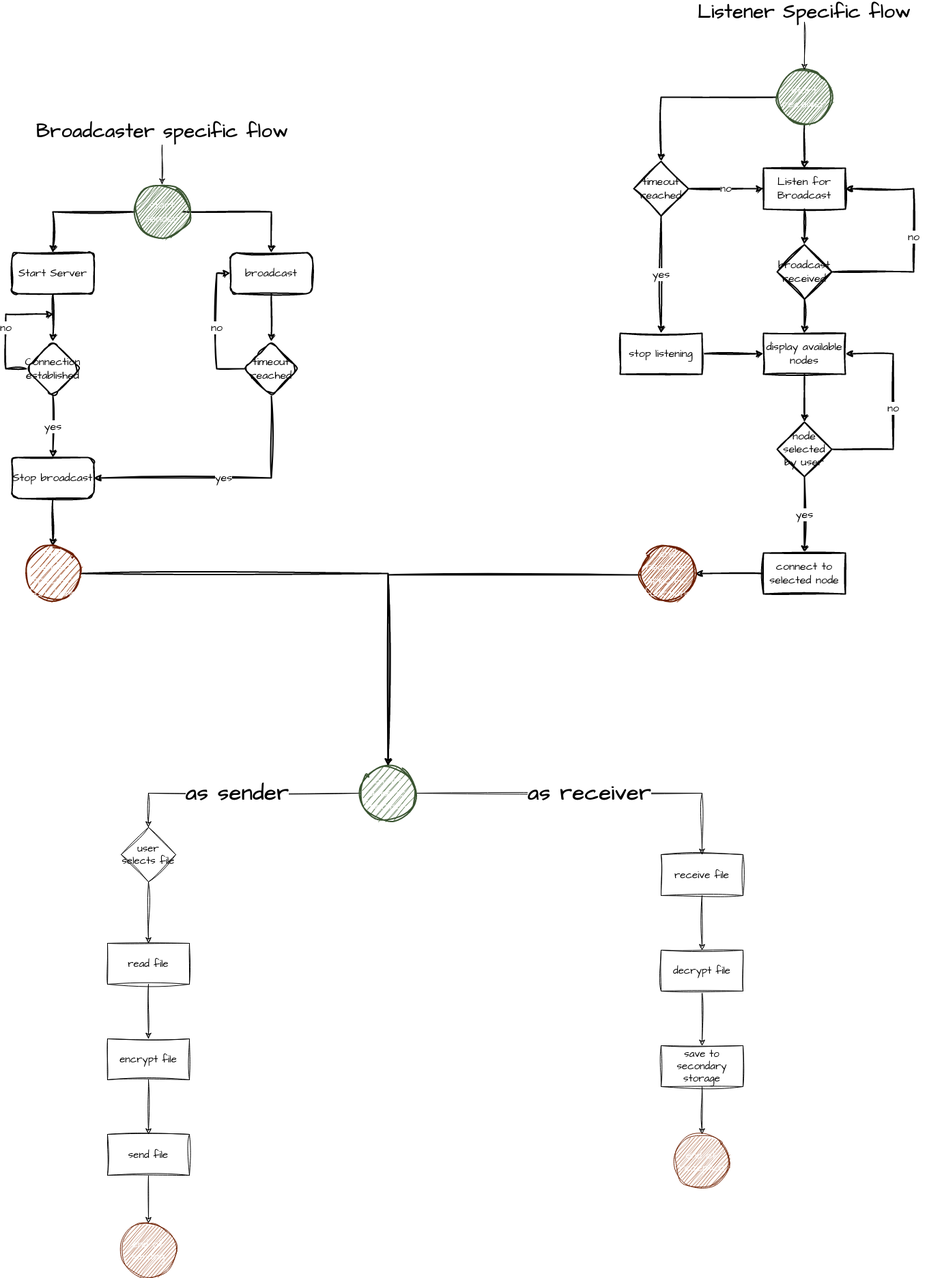
This is application flow.drawio.png from 321swift/swift, a draw.io export, as it was before one commit. Source tidied: cells renumbered, new cells last; positions are measured from the earlier drawing's top-left corner, leaving out a move shared by most shapes.
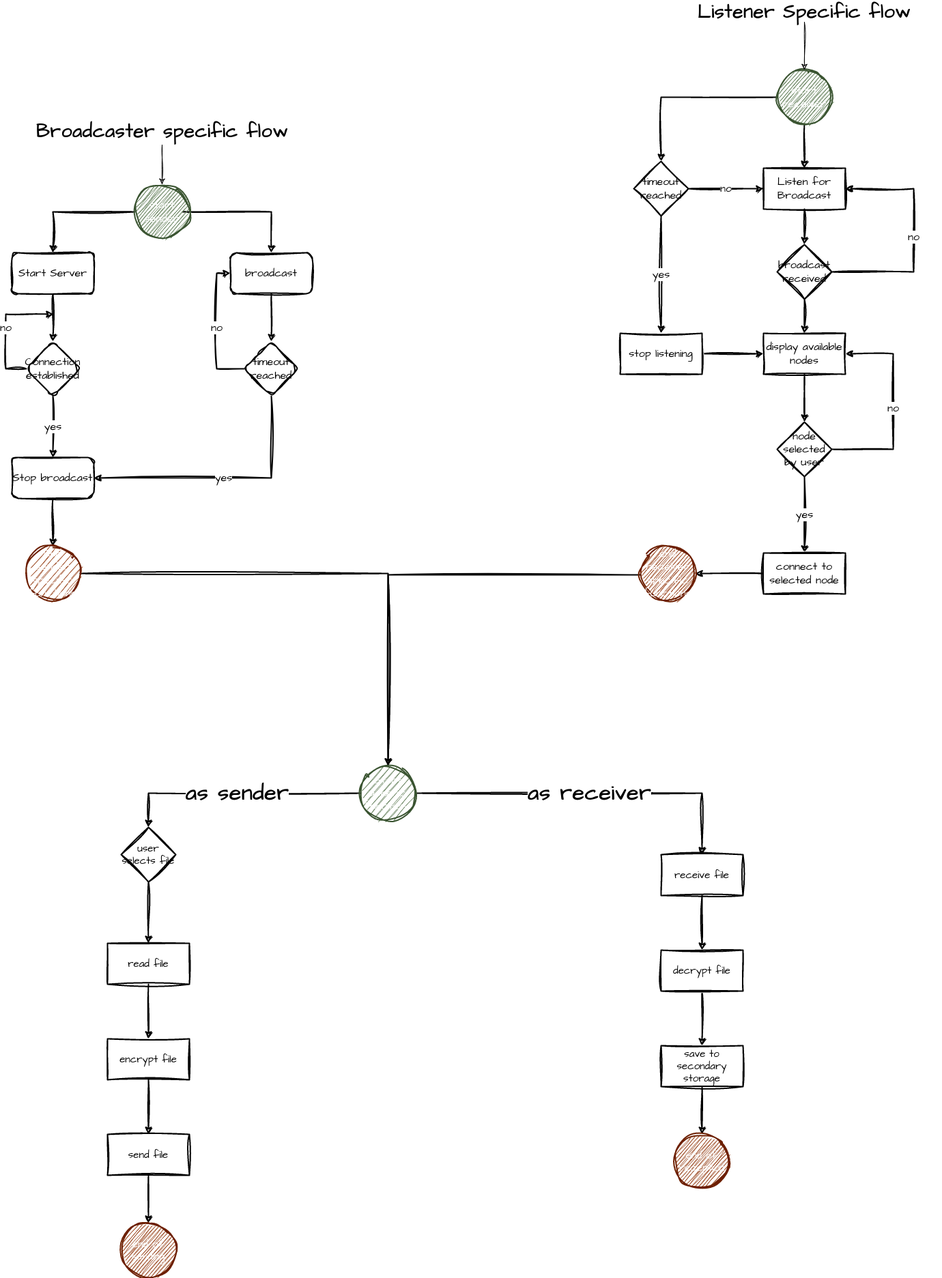
Later version of the same file.

What changed in the source:
```diff
@@ -71,10 +71,10 @@
     <mxCell id="17" value="End sender specific functions" style="ellipse;whiteSpace=wrap;html=1;fillColor=#a0522d;fontColor=#ffffff;strokeColor=#6D1F00;strokeWidth=2;fontFamily=Architects Daughter;sketch=1;curveFitting=1;jiggle=2;shadow=0;fontSize=16;fontSource=https%3A%2F%2Ffonts.googleapis.com%2Fcss%3Ffamily%3DArchitects%2BDaughter;" parent="1" vertex="1">
       <mxGeometry x="29" y="798" width="80" height="80" as="geometry" />
     </mxCell>
-    <mxCell id="18" value="as sender" style="edgeStyle=orthogonalEdgeStyle;rounded=0;sketch=1;hachureGap=4;jiggle=2;curveFitting=1;jettySize=auto;html=1;fontFamily=Architects Daughter;fontSource=https%3A%2F%2Ffonts.googleapis.com%2Fcss%3Ffamily%3DArchitects%2BDaughter;fontSize=32;entryX=0.5;entryY=0;entryDx=0;entryDy=0;fontStyle=1;" parent="1" edge="1" source="20" target="49">
+    <mxCell id="18" value="as sender" style="edgeStyle=orthogonalEdgeStyle;rounded=0;sketch=1;hachureGap=4;jiggle=2;curveFitting=1;jettySize=auto;html=1;fontFamily=Architects Daughter;fontSource=https%3A%2F%2Ffonts.googleapis.com%2Fcss%3Ffamily%3DArchitects%2BDaughter;fontSize=32;entryX=0.5;entryY=0;entryDx=0;entryDy=0;fontStyle=1;strokeWidth=2;" parent="1" edge="1" source="20" target="49">
       <mxGeometry relative="1" as="geometry" />
     </mxCell>
-    <mxCell id="19" value="&lt;font style=&quot;font-size: 32px;&quot;&gt;&lt;b&gt;as receiver&lt;/b&gt;&lt;br&gt;&lt;/font&gt;" style="edgeStyle=orthogonalEdgeStyle;rounded=0;sketch=1;hachureGap=4;jiggle=2;curveFitting=1;jettySize=auto;html=1;fontFamily=Architects Daughter;fontSource=https%3A%2F%2Ffonts.googleapis.com%2Fcss%3Ffamily%3DArchitects%2BDaughter;fontSize=16;entryX=0.5;entryY=0;entryDx=0;entryDy=0;" parent="1" edge="1" source="20" target="57">
+    <mxCell id="19" value="&lt;font style=&quot;font-size: 32px;&quot;&gt;&lt;b&gt;as receiver&lt;/b&gt;&lt;br&gt;&lt;/font&gt;" style="edgeStyle=orthogonalEdgeStyle;rounded=0;sketch=1;hachureGap=4;jiggle=2;curveFitting=1;jettySize=auto;html=1;fontFamily=Architects Daughter;fontSource=https%3A%2F%2Ffonts.googleapis.com%2Fcss%3Ffamily%3DArchitects%2BDaughter;fontSize=16;entryX=0.5;entryY=0;entryDx=0;entryDy=0;strokeWidth=2;" parent="1" edge="1" source="20" target="57">
       <mxGeometry relative="1" as="geometry" />
     </mxCell>
     <mxCell id="20" value="Start generic functions" style="ellipse;whiteSpace=wrap;html=1;fillColor=#6d8764;strokeColor=#3A5431;fontColor=#ffffff;strokeWidth=2;sketch=1;curveFitting=1;jiggle=2;shadow=0;fontSize=16;fontFamily=Architects Daughter;fontSource=https%3A%2F%2Ffonts.googleapis.com%2Fcss%3Ffamily%3DArchitects%2BDaughter;" parent="1" vertex="1">
@@ -175,52 +175,52 @@
     <mxCell id="47" value="Listener Specific flow" style="text;html=1;strokeColor=none;fillColor=none;align=center;verticalAlign=middle;whiteSpace=wrap;rounded=0;fontSize=28;fontFamily=Architects Daughter;fontStyle=1;strokeWidth=2;" parent="1" vertex="1">
       <mxGeometry x="970" width="400" height="30" as="geometry" />
     </mxCell>
-    <mxCell id="48" style="edgeStyle=orthogonalEdgeStyle;rounded=0;sketch=1;hachureGap=4;jiggle=2;curveFitting=1;jettySize=auto;html=1;fontFamily=Architects Daughter;fontSource=https%3A%2F%2Ffonts.googleapis.com%2Fcss%3Ffamily%3DArchitects%2BDaughter;fontSize=16;" parent="1" edge="1" source="49" target="51">
+    <mxCell id="48" style="edgeStyle=orthogonalEdgeStyle;rounded=0;sketch=1;hachureGap=4;jiggle=2;curveFitting=1;jettySize=auto;html=1;fontFamily=Architects Daughter;fontSource=https%3A%2F%2Ffonts.googleapis.com%2Fcss%3Ffamily%3DArchitects%2BDaughter;fontSize=16;strokeWidth=2;" parent="1" edge="1" source="49" target="51">
       <mxGeometry relative="1" as="geometry" />
     </mxCell>
-    <mxCell id="49" value="user selects file" style="rhombus;whiteSpace=wrap;html=1;sketch=1;hachureGap=4;jiggle=2;curveFitting=1;fontFamily=Architects Daughter;fontSource=https%3A%2F%2Ffonts.googleapis.com%2Fcss%3Ffamily%3DArchitects%2BDaughter;fontSize=15;" parent="1" vertex="1">
+    <mxCell id="49" value="user selects file" style="rhombus;whiteSpace=wrap;html=1;sketch=1;hachureGap=4;jiggle=2;curveFitting=1;fontFamily=Architects Daughter;fontSource=https%3A%2F%2Ffonts.googleapis.com%2Fcss%3Ffamily%3DArchitects%2BDaughter;fontSize=15;strokeWidth=2;" parent="1" vertex="1">
       <mxGeometry x="169" y="1210" width="80" height="80" as="geometry" />
     </mxCell>
-    <mxCell id="50" style="edgeStyle=orthogonalEdgeStyle;rounded=0;sketch=1;hachureGap=4;jiggle=2;curveFitting=1;jettySize=auto;html=1;fontFamily=Architects Daughter;fontSource=https%3A%2F%2Ffonts.googleapis.com%2Fcss%3Ffamily%3DArchitects%2BDaughter;fontSize=16;" parent="1" edge="1" source="51" target="53">
+    <mxCell id="50" style="edgeStyle=orthogonalEdgeStyle;rounded=0;sketch=1;hachureGap=4;jiggle=2;curveFitting=1;jettySize=auto;html=1;fontFamily=Architects Daughter;fontSource=https%3A%2F%2Ffonts.googleapis.com%2Fcss%3Ffamily%3DArchitects%2BDaughter;fontSize=16;strokeWidth=2;" parent="1" edge="1" source="51" target="53">
       <mxGeometry relative="1" as="geometry" />
     </mxCell>
-    <mxCell id="51" value="read file" style="whiteSpace=wrap;html=1;fontSize=15;fontFamily=Architects Daughter;sketch=1;hachureGap=4;jiggle=2;curveFitting=1;fontSource=https%3A%2F%2Ffonts.googleapis.com%2Fcss%3Ffamily%3DArchitects%2BDaughter;" parent="1" vertex="1">
+    <mxCell id="51" value="read file" style="whiteSpace=wrap;html=1;fontSize=15;fontFamily=Architects Daughter;sketch=1;hachureGap=4;jiggle=2;curveFitting=1;fontSource=https%3A%2F%2Ffonts.googleapis.com%2Fcss%3Ffamily%3DArchitects%2BDaughter;strokeWidth=2;" parent="1" vertex="1">
       <mxGeometry x="149" y="1380" width="120" height="60" as="geometry" />
     </mxCell>
-    <mxCell id="52" style="edgeStyle=orthogonalEdgeStyle;rounded=0;sketch=1;hachureGap=4;jiggle=2;curveFitting=1;jettySize=auto;html=1;fontFamily=Architects Daughter;fontSource=https%3A%2F%2Ffonts.googleapis.com%2Fcss%3Ffamily%3DArchitects%2BDaughter;fontSize=16;" parent="1" edge="1" source="53" target="55">
+    <mxCell id="52" style="edgeStyle=orthogonalEdgeStyle;rounded=0;sketch=1;hachureGap=4;jiggle=2;curveFitting=1;jettySize=auto;html=1;fontFamily=Architects Daughter;fontSource=https%3A%2F%2Ffonts.googleapis.com%2Fcss%3Ffamily%3DArchitects%2BDaughter;fontSize=16;strokeWidth=2;" parent="1" edge="1" source="53" target="55">
       <mxGeometry relative="1" as="geometry" />
     </mxCell>
-    <mxCell id="53" value="encrypt file" style="whiteSpace=wrap;html=1;fontSize=15;fontFamily=Architects Daughter;sketch=1;hachureGap=4;jiggle=2;curveFitting=1;fontSource=https%3A%2F%2Ffonts.googleapis.com%2Fcss%3Ffamily%3DArchitects%2BDaughter;" parent="1" vertex="1">
+    <mxCell id="53" value="encrypt file" style="whiteSpace=wrap;html=1;fontSize=15;fontFamily=Architects Daughter;sketch=1;hachureGap=4;jiggle=2;curveFitting=1;fontSource=https%3A%2F%2Ffonts.googleapis.com%2Fcss%3Ffamily%3DArchitects%2BDaughter;strokeWidth=2;" parent="1" vertex="1">
       <mxGeometry x="149" y="1520" width="120" height="60" as="geometry" />
     </mxCell>
-    <mxCell id="54" style="edgeStyle=orthogonalEdgeStyle;rounded=0;sketch=1;hachureGap=4;jiggle=2;curveFitting=1;jettySize=auto;html=1;fontFamily=Architects Daughter;fontSource=https%3A%2F%2Ffonts.googleapis.com%2Fcss%3Ffamily%3DArchitects%2BDaughter;fontSize=16;" parent="1" edge="1" source="55" target="62">
+    <mxCell id="54" style="edgeStyle=orthogonalEdgeStyle;rounded=0;sketch=1;hachureGap=4;jiggle=2;curveFitting=1;jettySize=auto;html=1;fontFamily=Architects Daughter;fontSource=https%3A%2F%2Ffonts.googleapis.com%2Fcss%3Ffamily%3DArchitects%2BDaughter;fontSize=16;strokeWidth=2;" parent="1" edge="1" source="55" target="62">
       <mxGeometry relative="1" as="geometry" />
     </mxCell>
-    <mxCell id="55" value="send file" style="whiteSpace=wrap;html=1;fontSize=15;fontFamily=Architects Daughter;sketch=1;hachureGap=4;jiggle=2;curveFitting=1;fontSource=https%3A%2F%2Ffonts.googleapis.com%2Fcss%3Ffamily%3DArchitects%2BDaughter;" parent="1" vertex="1">
+    <mxCell id="55" value="send file" style="whiteSpace=wrap;html=1;fontSize=15;fontFamily=Architects Daughter;sketch=1;hachureGap=4;jiggle=2;curveFitting=1;fontSource=https%3A%2F%2Ffonts.googleapis.com%2Fcss%3Ffamily%3DArchitects%2BDaughter;strokeWidth=2;" parent="1" vertex="1">
       <mxGeometry x="149" y="1660" width="120" height="60" as="geometry" />
     </mxCell>
-    <mxCell id="56" style="edgeStyle=orthogonalEdgeStyle;rounded=0;sketch=1;hachureGap=4;jiggle=2;curveFitting=1;jettySize=auto;html=1;fontFamily=Architects Daughter;fontSource=https%3A%2F%2Ffonts.googleapis.com%2Fcss%3Ffamily%3DArchitects%2BDaughter;fontSize=16;" parent="1" edge="1" source="57" target="59">
+    <mxCell id="56" style="edgeStyle=orthogonalEdgeStyle;rounded=0;sketch=1;hachureGap=4;jiggle=2;curveFitting=1;jettySize=auto;html=1;fontFamily=Architects Daughter;fontSource=https%3A%2F%2Ffonts.googleapis.com%2Fcss%3Ffamily%3DArchitects%2BDaughter;fontSize=16;strokeWidth=2;" parent="1" edge="1" source="57" target="59">
       <mxGeometry relative="1" as="geometry" />
     </mxCell>
-    <mxCell id="57" value="receive file" style="whiteSpace=wrap;html=1;fontSize=15;fontFamily=Architects Daughter;sketch=1;hachureGap=4;jiggle=2;curveFitting=1;fontSource=https%3A%2F%2Ffonts.googleapis.com%2Fcss%3Ffamily%3DArchitects%2BDaughter;" parent="1" vertex="1">
+    <mxCell id="57" value="receive file" style="whiteSpace=wrap;html=1;fontSize=15;fontFamily=Architects Daughter;sketch=1;hachureGap=4;jiggle=2;curveFitting=1;fontSource=https%3A%2F%2Ffonts.googleapis.com%2Fcss%3Ffamily%3DArchitects%2BDaughter;strokeWidth=2;" parent="1" vertex="1">
       <mxGeometry x="960" y="1250" width="120" height="60" as="geometry" />
     </mxCell>
-    <mxCell id="58" style="edgeStyle=orthogonalEdgeStyle;rounded=0;sketch=1;hachureGap=4;jiggle=2;curveFitting=1;jettySize=auto;html=1;fontFamily=Architects Daughter;fontSource=https%3A%2F%2Ffonts.googleapis.com%2Fcss%3Ffamily%3DArchitects%2BDaughter;fontSize=16;" parent="1" edge="1" source="59" target="61">
+    <mxCell id="58" style="edgeStyle=orthogonalEdgeStyle;rounded=0;sketch=1;hachureGap=4;jiggle=2;curveFitting=1;jettySize=auto;html=1;fontFamily=Architects Daughter;fontSource=https%3A%2F%2Ffonts.googleapis.com%2Fcss%3Ffamily%3DArchitects%2BDaughter;fontSize=16;strokeWidth=2;" parent="1" edge="1" source="59" target="61">
       <mxGeometry relative="1" as="geometry" />
     </mxCell>
-    <mxCell id="59" value="decrypt file" style="whiteSpace=wrap;html=1;fontSize=15;fontFamily=Architects Daughter;sketch=1;hachureGap=4;jiggle=2;curveFitting=1;fontSource=https%3A%2F%2Ffonts.googleapis.com%2Fcss%3Ffamily%3DArchitects%2BDaughter;" parent="1" vertex="1">
+    <mxCell id="59" value="decrypt file" style="whiteSpace=wrap;html=1;fontSize=15;fontFamily=Architects Daughter;sketch=1;hachureGap=4;jiggle=2;curveFitting=1;fontSource=https%3A%2F%2Ffonts.googleapis.com%2Fcss%3Ffamily%3DArchitects%2BDaughter;strokeWidth=2;" parent="1" vertex="1">
       <mxGeometry x="960" y="1390" width="120" height="60" as="geometry" />
     </mxCell>
-    <mxCell id="60" style="edgeStyle=orthogonalEdgeStyle;rounded=0;sketch=1;hachureGap=4;jiggle=2;curveFitting=1;jettySize=auto;html=1;fontFamily=Architects Daughter;fontSource=https%3A%2F%2Ffonts.googleapis.com%2Fcss%3Ffamily%3DArchitects%2BDaughter;fontSize=16;" parent="1" edge="1" source="61" target="63">
+    <mxCell id="60" style="edgeStyle=orthogonalEdgeStyle;rounded=0;sketch=1;hachureGap=4;jiggle=2;curveFitting=1;jettySize=auto;html=1;fontFamily=Architects Daughter;fontSource=https%3A%2F%2Ffonts.googleapis.com%2Fcss%3Ffamily%3DArchitects%2BDaughter;fontSize=16;strokeWidth=2;" parent="1" edge="1" source="61" target="63">
       <mxGeometry relative="1" as="geometry" />
     </mxCell>
-    <mxCell id="61" value="save to secondary storage" style="whiteSpace=wrap;html=1;fontSize=15;fontFamily=Architects Daughter;sketch=1;hachureGap=4;jiggle=2;curveFitting=1;fontSource=https%3A%2F%2Ffonts.googleapis.com%2Fcss%3Ffamily%3DArchitects%2BDaughter;" parent="1" vertex="1">
+    <mxCell id="61" value="save to secondary storage" style="whiteSpace=wrap;html=1;fontSize=15;fontFamily=Architects Daughter;sketch=1;hachureGap=4;jiggle=2;curveFitting=1;fontSource=https%3A%2F%2Ffonts.googleapis.com%2Fcss%3Ffamily%3DArchitects%2BDaughter;strokeWidth=2;" parent="1" vertex="1">
       <mxGeometry x="960" y="1530" width="120" height="60" as="geometry" />
     </mxCell>
-    <mxCell id="62" value="end of sending" style="ellipse;whiteSpace=wrap;html=1;fontSize=15;fontFamily=Architects Daughter;sketch=1;hachureGap=4;jiggle=2;curveFitting=1;fontSource=https%3A%2F%2Ffonts.googleapis.com%2Fcss%3Ffamily%3DArchitects%2BDaughter;fillColor=#a0522d;fontColor=#ffffff;strokeColor=#6D1F00;" parent="1" vertex="1">
+    <mxCell id="62" value="end of sending" style="ellipse;whiteSpace=wrap;html=1;fontSize=15;fontFamily=Architects Daughter;sketch=1;hachureGap=4;jiggle=2;curveFitting=1;fontSource=https%3A%2F%2Ffonts.googleapis.com%2Fcss%3Ffamily%3DArchitects%2BDaughter;fillColor=#a0522d;fontColor=#ffffff;strokeColor=#6D1F00;strokeWidth=2;" parent="1" vertex="1">
       <mxGeometry x="169" y="1790" width="80" height="80" as="geometry" />
     </mxCell>
-    <mxCell id="63" value="end of reception" style="ellipse;whiteSpace=wrap;html=1;fontSize=15;fontFamily=Architects Daughter;sketch=1;hachureGap=4;jiggle=2;curveFitting=1;fontSource=https%3A%2F%2Ffonts.googleapis.com%2Fcss%3Ffamily%3DArchitects%2BDaughter;fillColor=#a0522d;fontColor=#ffffff;strokeColor=#6D1F00;" parent="1" vertex="1">
+    <mxCell id="63" value="end of reception" style="ellipse;whiteSpace=wrap;html=1;fontSize=15;fontFamily=Architects Daughter;sketch=1;hachureGap=4;jiggle=2;curveFitting=1;fontSource=https%3A%2F%2Ffonts.googleapis.com%2Fcss%3Ffamily%3DArchitects%2BDaughter;fillColor=#a0522d;fontColor=#ffffff;strokeColor=#6D1F00;strokeWidth=2;" parent="1" vertex="1">
       <mxGeometry x="980" y="1660" width="80" height="80" as="geometry" />
     </mxCell>
   </root>
```
